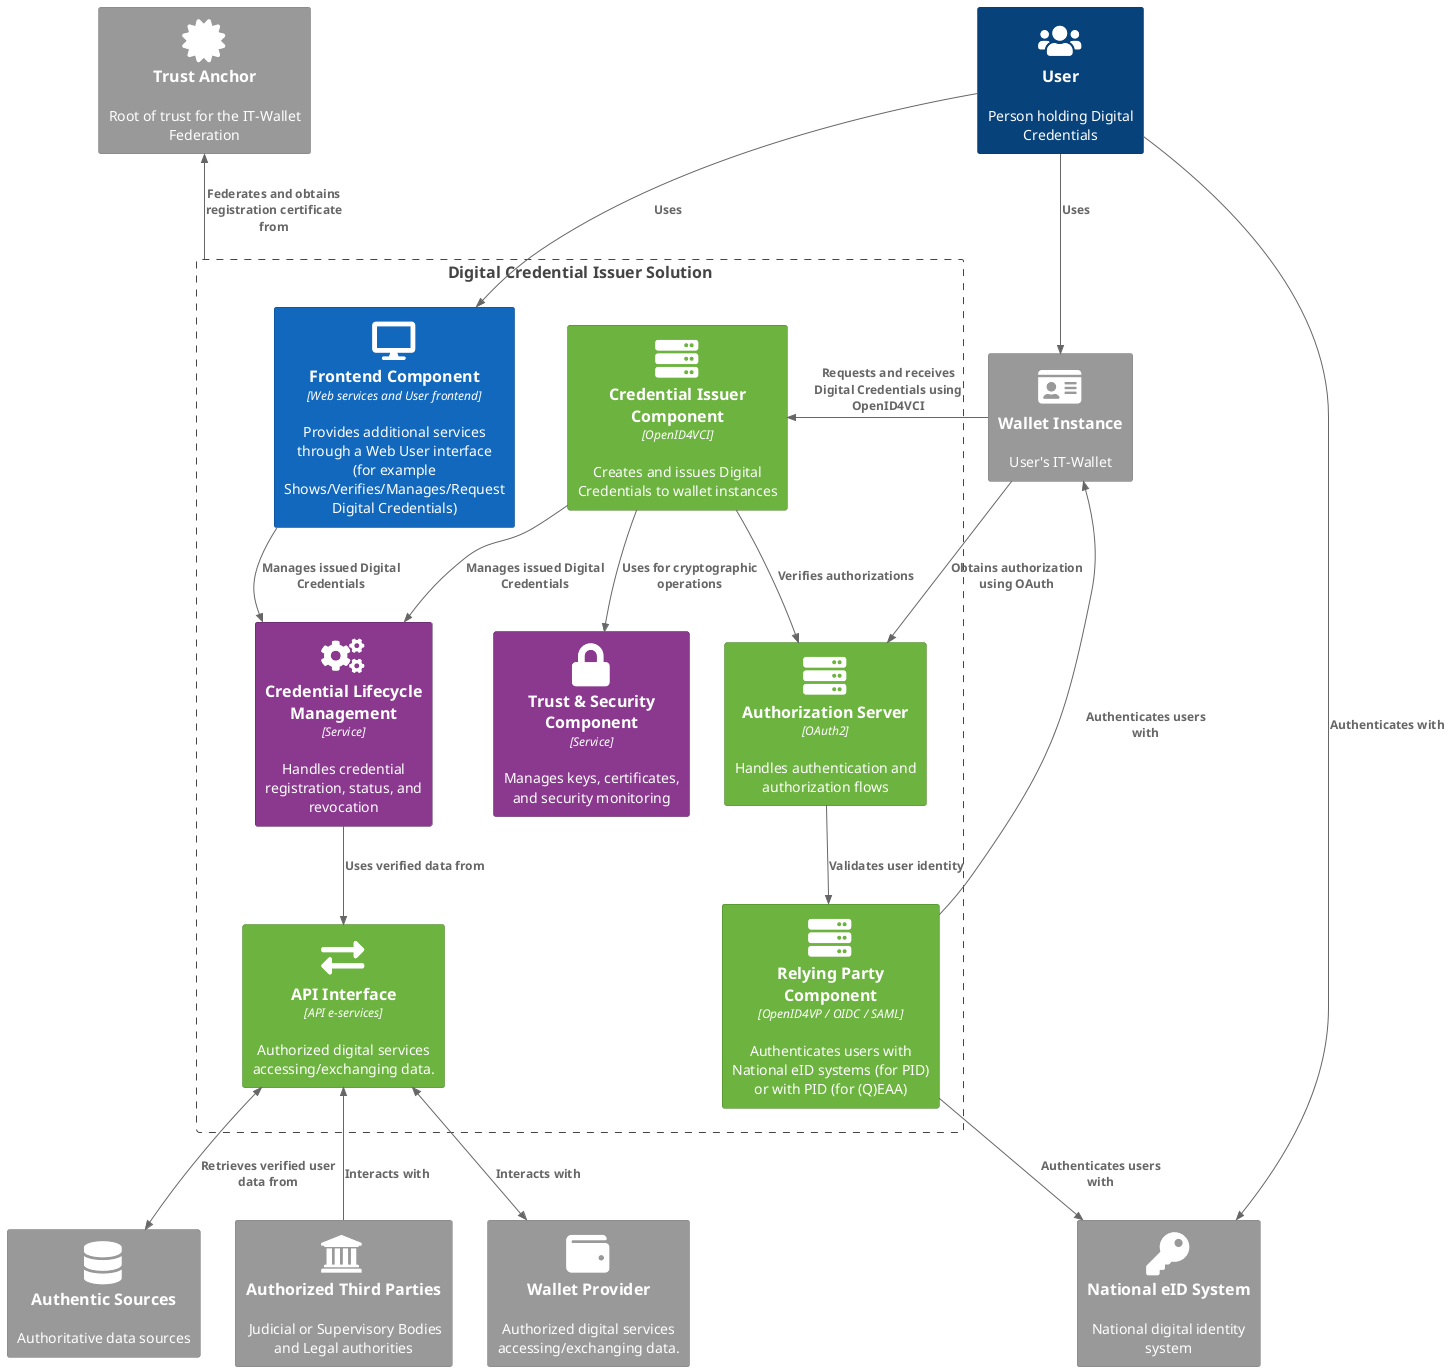
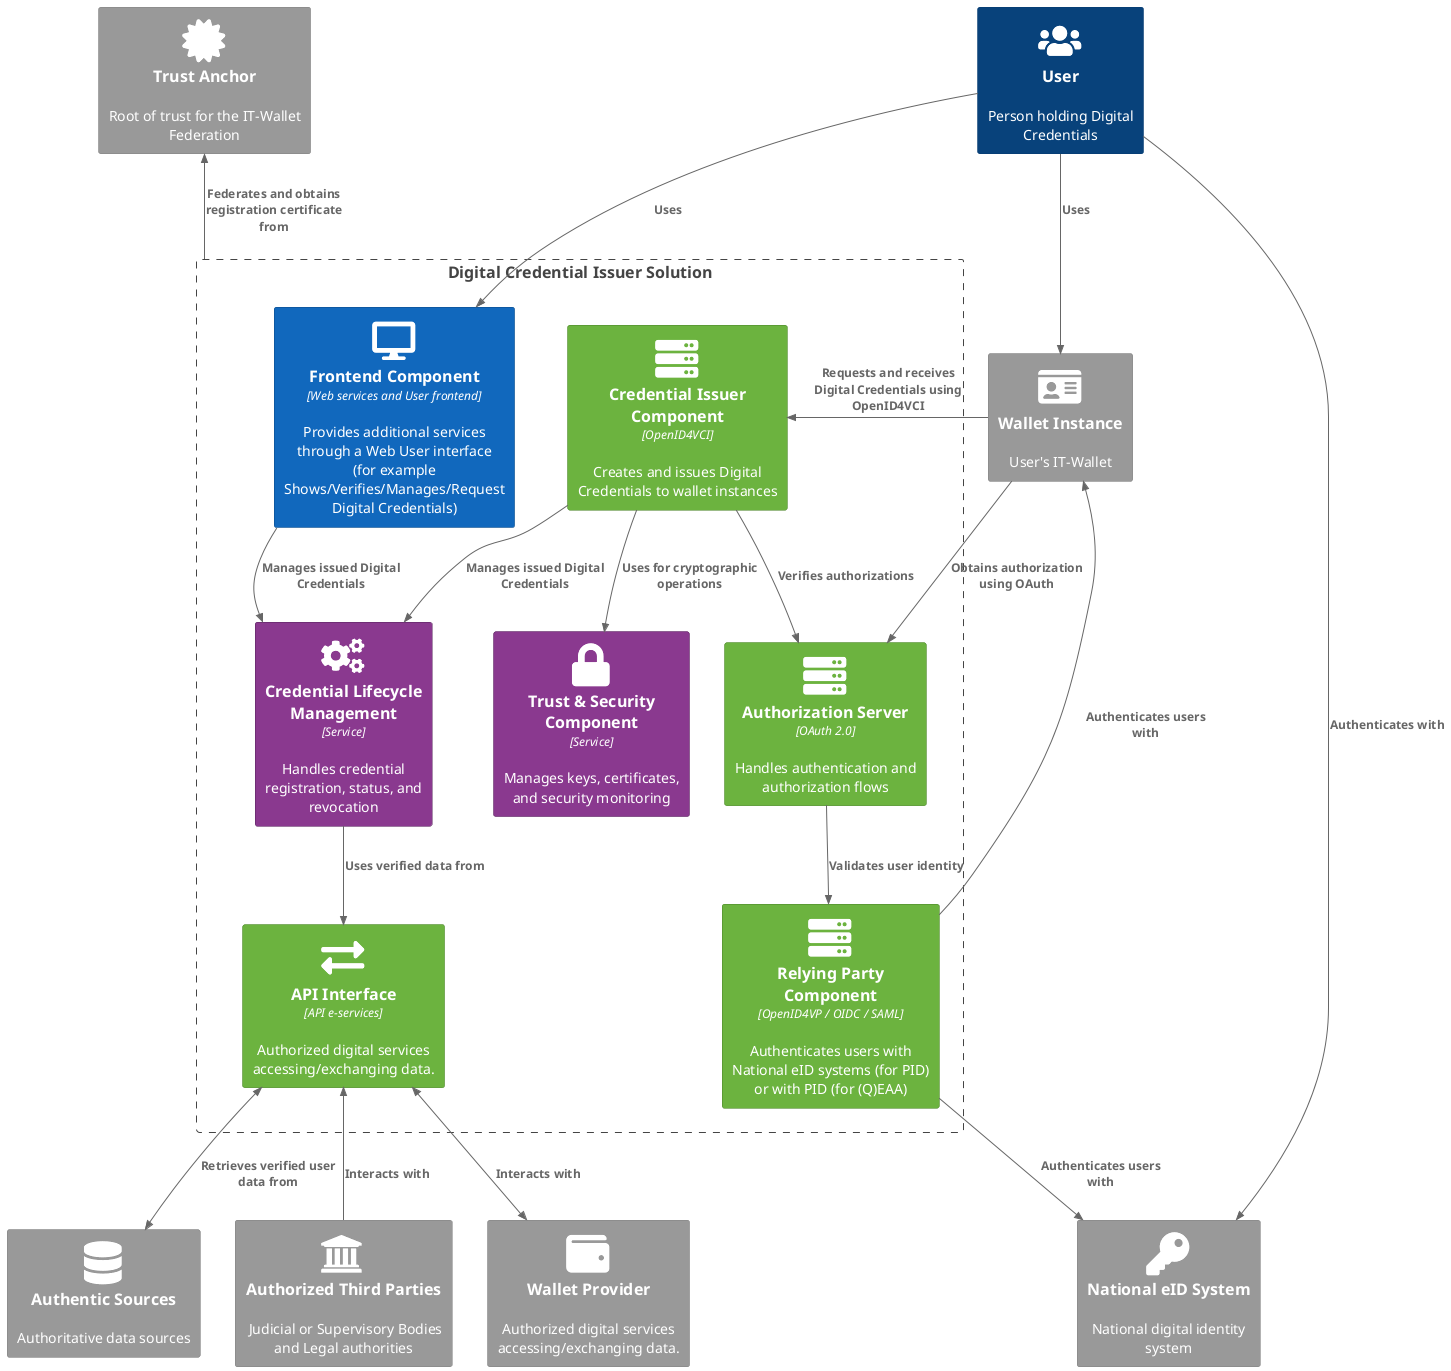
@startuml Credential Issuer Solution Architecture
!include <C4/C4_Component>

' Define SPRITES
!include <tupadr3/common>
!include <tupadr3/font-awesome-5/certificate>
!include <tupadr3/font-awesome-5/database>
!include <tupadr3/font-awesome-5/lock>
!include <tupadr3/font-awesome-5/users>
!include <tupadr3/font-awesome-5/cogs>
!include <tupadr3/font-awesome-5/server>
!include <tupadr3/font-awesome-5/key>
!include <tupadr3/font-awesome-5/user>
!include <tupadr3/font-awesome-5/id_card>
!include <tupadr3/font-awesome-5/exchange_alt>
!include <tupadr3/font-awesome-5/desktop>
!include <tupadr3/font-awesome-5/wallet>
!include <tupadr3/font-awesome/institution>

' Custom styles
AddElementTag("external", $bgColor="#999999", $fontColor="white", $borderColor="grey")
AddElementTag("primary", $bgColor="#1168bd", $fontColor="white", $borderColor="#0b4884")
AddElementTag("secondary", $bgColor="#6cb33f", $fontColor="white", $borderColor="#4a8329")
AddElementTag("trust", $bgColor="#8A398F", $fontColor="white", $borderColor="#55235A")

' Define the actors and external systems
Person(user, "User", "Person holding Digital Credentials", $sprite="users")
System_Ext(wallet_instance, "Wallet Instance", "User's IT-Wallet", $tags="external", $sprite="id_card")
System_Ext(national_eid, "National eID System", "National digital identity system", $tags="external", $sprite="key")
System_Ext(authentic_source, "Authentic Sources", "Authoritative data sources", $tags="external", $sprite="database")
System_Ext(trust_anchor, "Trust Anchor", "Root of trust for the IT-Wallet Federation", $tags="external", $sprite="certificate")
System_Ext(auth_third_parties, "Authorized Third Parties", " Judicial or Supervisory Bodies and Legal authorities", $tags="external", $sprite="institution")
System_Ext(wallet_provider, "Wallet Provider", "Authorized digital services accessing/exchanging data.", $tags="external", $sprite="wallet")


' Define the Issuer Solution boundary
Boundary(issuer_solution, "Digital Credential Issuer Solution") {
    Component(issuer_frontend, "Frontend Component", "Web services and User frontend", "Provides additional services through a Web User interface (for example Shows/Verifies/Manages/Request Digital Credentials)", $tags="primary", $sprite="desktop")

    Component(credential_issuer, "Credential Issuer Component", "OpenID4VCI", "Creates and issues Digital Credentials to wallet instances", $tags="secondary", $sprite="server")

-     Component(auth_server, "Authorization Server", "OAuth2", "Handles authentication and authorization flows", $tags="secondary", $sprite="server")
+     Component(auth_server, "Authorization Server", "OAuth 2.0", "Handles authentication and authorization flows", $tags="secondary", $sprite="server")

    Component(relying_party, "Relying Party Component", "OpenID4VP / OIDC / SAML", "Authenticates users with National eID systems (for PID) or with PID (for (Q)EAA)", $tags="secondary", $sprite="server")

    Component(pdnd_eservices, "API Interface", "API e-services", "Authorized digital services accessing/exchanging data.", $tags="secondary", $sprite="exchange_alt")

    Component(credential_lifecycle, "Credential Lifecycle Management", "Service", "Handles credential registration, status, and revocation", $tags="trust", $sprite="cogs")

    Component(trust_security, "Trust & Security Component", "Service", "Manages keys, certificates, and security monitoring", $tags="trust", $sprite="lock")
}

' Define the relationships
Rel(user, wallet_instance, "Uses")
Rel(user, issuer_frontend, "Uses")
Rel(user, national_eid, "Authenticates with")
Rel(wallet_instance, credential_issuer, "Requests and receives Digital Credentials using OpenID4VCI")
Rel(wallet_instance, auth_server, "Obtains authorization using OAuth")
Rel(relying_party, national_eid, "Authenticates users with")
Rel(relying_party, wallet_instance, "Authenticates users with")
Rel(auth_server, relying_party, "Validates user identity")
Rel(credential_issuer, auth_server, "Verifies authorizations")
Rel(credential_issuer, credential_lifecycle, "Manages issued Digital Credentials")
Rel(credential_issuer, trust_security, "Uses for cryptographic operations")
Rel(credential_lifecycle, pdnd_eservices, "Uses verified data from")
Rel(issuer_frontend, credential_lifecycle, "Manages issued Digital Credentials")
BiRel(pdnd_eservices, authentic_source, "Retrieves verified user data from")
BiRel(pdnd_eservices, wallet_provider, "Interacts with")
Rel_U(auth_third_parties, pdnd_eservices, "Interacts with")
Rel_U(issuer_solution, trust_anchor, "Federates and obtains registration certificate from")
@enduml